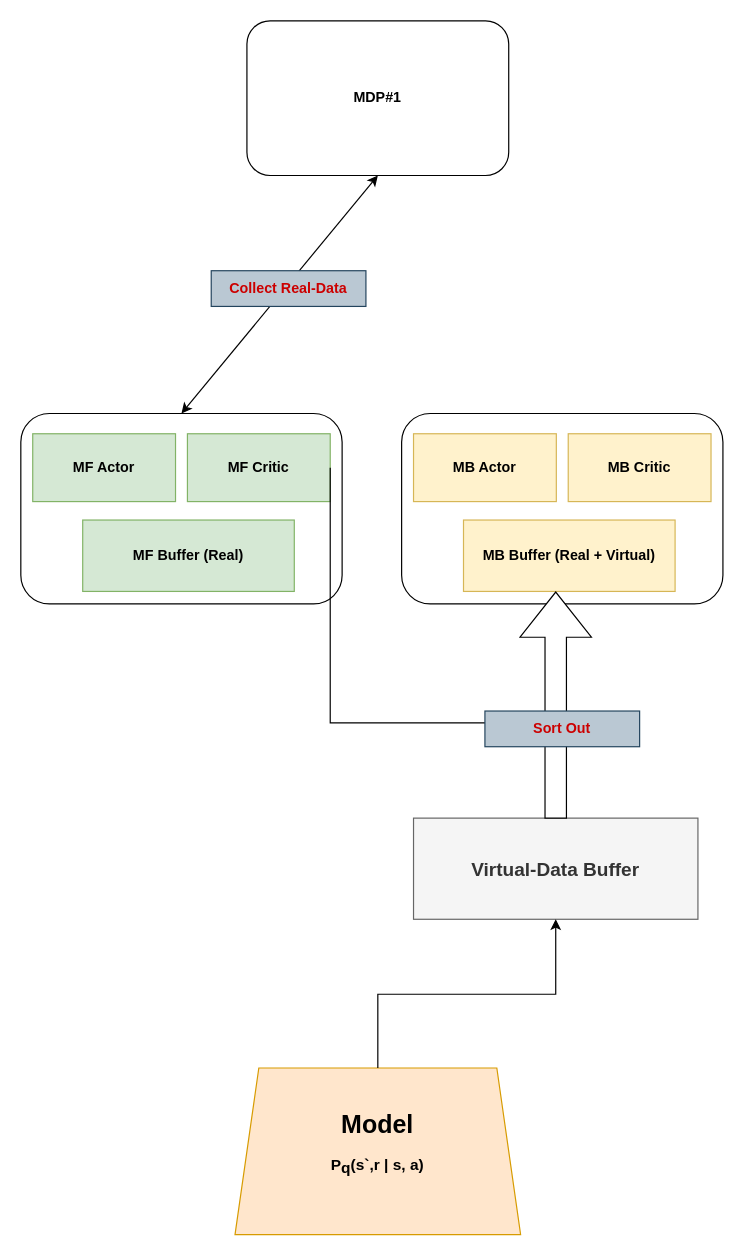
The draw.io diagram page "Page-1" (1 of 2) of Hybrid_MBMF_MetaRL.drawio in jgwak1/research_problem_frameworks, before the edit. Source tidied: cells renumbered, new cells numbered last; positions are measured from the earlier drawing's top-left corner, leaving out a move shared by most shapes. Both pictures are drawn from the tidied source at 119%, with x=0, y=0 at pixel (20, 20).
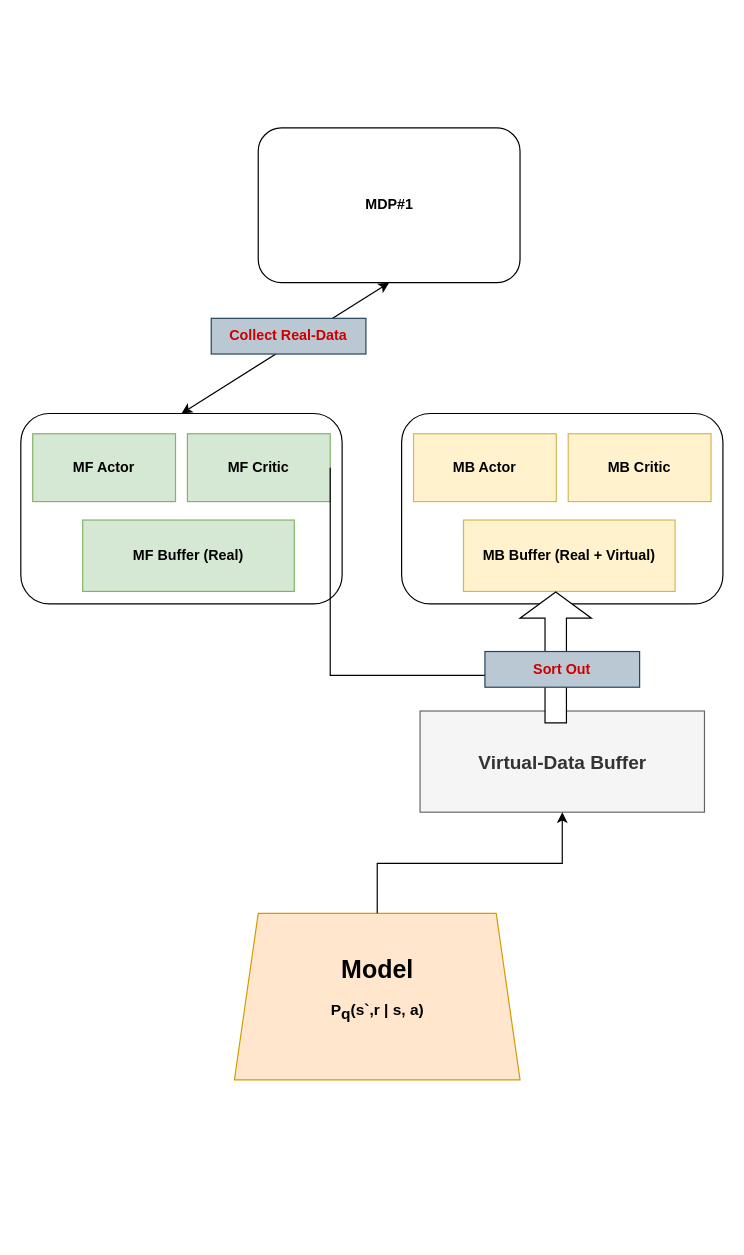
The same page after the edit.

The change refers to these unchanged cells:
```xml
<mxCell id="8" value="&lt;b&gt;MF Critic&lt;/b&gt;&lt;b&gt;&lt;br&gt;&lt;/b&gt;" style="rounded=0;whiteSpace=wrap;html=1;fillColor=#d5e8d4;strokeColor=#82b366;" parent="1" vertex="1">
  <mxGeometry x="140" y="347" width="120" height="57" as="geometry" />
</mxCell>
```

What changed in the source:
```diff
@@
     <mxCell id="10" value="&lt;b&gt;MDP#1&lt;/b&gt;" style="rounded=1;whiteSpace=wrap;html=1;" parent="1" vertex="1">
-      <mxGeometry x="190" width="220" height="130" as="geometry" />
+      <mxGeometry x="199.5" y="90" width="220" height="130" as="geometry" />
     </mxCell>
     <mxCell id="11" value="&lt;b&gt;&lt;font style=&quot;font-size: 16px&quot;&gt;Virtual-Data Buffer&lt;/font&gt;&lt;/b&gt;" style="text;html=1;strokeColor=#666666;fillColor=#f5f5f5;align=center;verticalAlign=middle;whiteSpace=wrap;rounded=0;fontColor=#333333;" parent="1" vertex="1">
-      <mxGeometry x="330" y="670" width="239" height="85" as="geometry" />
+      <mxGeometry x="335.5" y="580" width="239" height="85" as="geometry" />
     </mxCell>
     <mxCell id="12" value="&lt;b&gt;&lt;font&gt;&lt;font style=&quot;font-size: 21px&quot;&gt;Model&lt;/font&gt;&lt;br&gt;&lt;/font&gt;&lt;/b&gt;&lt;p class=&quot;MsoNormal&quot; style=&quot;font-size: 13px&quot;&gt;&lt;b&gt;P&lt;sub&gt;&lt;span style=&quot;font-family: &amp;#34;symbol&amp;#34; ; font-size: 13px&quot;&gt;q&lt;/span&gt;&lt;/sub&gt;(s`,r | s, a)&lt;/b&gt;&lt;/p&gt;" style="shape=trapezoid;perimeter=trapezoidPerimeter;whiteSpace=wrap;html=1;fixedSize=1;fillColor=#ffe6cc;strokeColor=#d79b00;" parent="1" vertex="1">
-      <mxGeometry x="180" y="880" width="240" height="140" as="geometry" />
+      <mxGeometry x="179.5" y="750" width="240" height="140" as="geometry" />
     </mxCell>
@@
     <mxCell id="15" value="&lt;font color=&quot;#cc0000&quot;&gt;&lt;b&gt;Collect Real-Data&lt;/b&gt;&lt;/font&gt;" style="text;html=1;align=center;verticalAlign=middle;whiteSpace=wrap;rounded=0;fillColor=#bac8d3;strokeColor=#23445d;" parent="1" vertex="1">
-      <mxGeometry x="160" y="210" width="130" height="30" as="geometry" />
+      <mxGeometry x="160" y="250" width="130" height="30" as="geometry" />
     </mxCell>
     <mxCell id="16" style="shape=singleArrow;direction=north;whiteSpace=wrap;html=1;fontColor=#CC0000;" parent="1" vertex="1">
-      <mxGeometry x="419.5" y="480" width="60" height="190" as="geometry" />
+      <mxGeometry x="419.5" y="480" width="60" height="110" as="geometry" />
     </mxCell>
-    <mxCell id="17" style="edgeStyle=elbowEdgeStyle;elbow=vertical;endArrow=classic;html=1;rounded=0;fontColor=#CC0000;exitX=1;exitY=0.5;exitDx=0;exitDy=0;entryX=0;entryY=0;entryDx=76;entryDy=39;entryPerimeter=0;" parent="1" edge="1" source="8" target="16">
+    <mxCell id="17" style="edgeStyle=elbowEdgeStyle;elbow=vertical;endArrow=classic;html=1;rounded=0;fontColor=#CC0000;exitX=1;exitY=0.5;exitDx=0;exitDy=0;" parent="1" edge="1" source="8">
       <mxGeometry relative="1" as="geometry">
+        <mxPoint x="450" y="550" as="targetPoint" />
         <Array as="points">
+          <mxPoint x="320" y="550" />
           <mxPoint x="420" y="590" />
         </Array>
       </mxGeometry>
     </mxCell>
     <mxCell id="18" value="&lt;font color=&quot;#cc0000&quot;&gt;&lt;b&gt;Sort Out&lt;/b&gt;&lt;/font&gt;" style="text;html=1;align=center;verticalAlign=middle;whiteSpace=wrap;rounded=0;fillColor=#bac8d3;strokeColor=#23445d;" parent="1" vertex="1">
-      <mxGeometry x="390" y="580" width="130" height="30" as="geometry" />
+      <mxGeometry x="390" y="530" width="130" height="30" as="geometry" />
     </mxCell>
```
